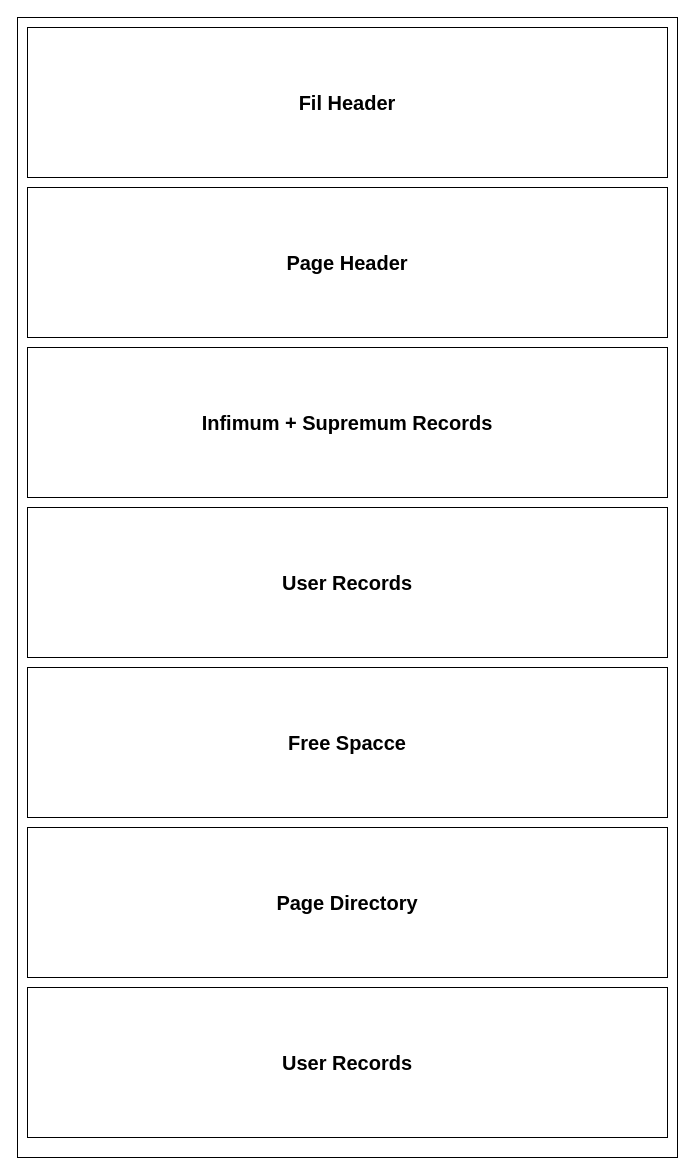
Earlier version of the draw.io diagram innodb-page-structure.drawio (catface996/images). Source tidied: cells renumbered, new cells numbered last; positions are measured from the earlier drawing's top-left corner, leaving out a move shared by most shapes. Both pictures are drawn from the tidied source at 100%, with x=0, y=0 at pixel (17, 17).
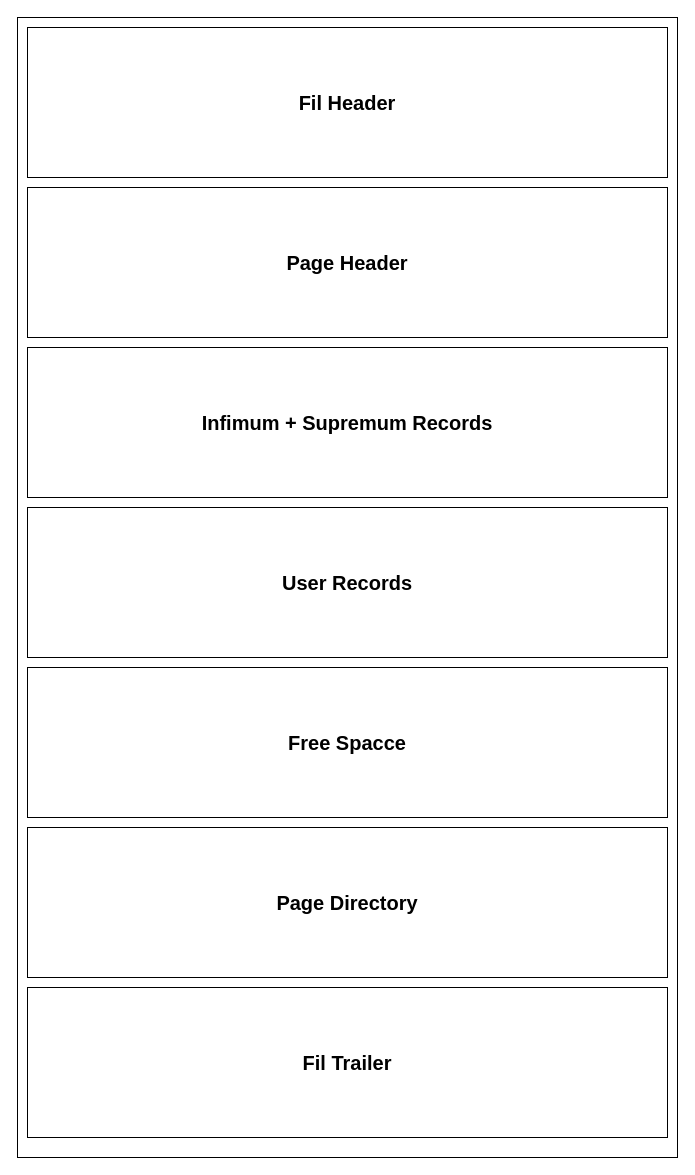
After the change.

Diff of the diagram source:
```diff
@@
 <mxGraphModel>
   <root>
     <mxCell id="0" />
     <mxCell id="1" parent="0" />
     <mxCell id="2" style="rounded=0;whiteSpace=wrap;html=1;" parent="1" vertex="1">
       <mxGeometry width="660" height="1140" as="geometry" />
     </mxCell>
     <mxCell id="3" value="Fil Header" style="rounded=0;whiteSpace=wrap;html=1;fontStyle=1;fontSize=20;" parent="1" vertex="1">
       <mxGeometry x="10" y="10" width="640" height="150" as="geometry" />
     </mxCell>
     <mxCell id="4" value="Page Header" style="rounded=0;whiteSpace=wrap;html=1;fontStyle=1;fontSize=20;" parent="1" vertex="1">
       <mxGeometry x="10" y="170" width="640" height="150" as="geometry" />
     </mxCell>
     <mxCell id="5" value="Infimum + Supremum Records" style="rounded=0;whiteSpace=wrap;html=1;fontStyle=1;fontSize=20;" parent="1" vertex="1">
       <mxGeometry x="10" y="330" width="640" height="150" as="geometry" />
     </mxCell>
     <mxCell id="6" value="User Records" style="rounded=0;whiteSpace=wrap;html=1;fontStyle=1;fontSize=20;" parent="1" vertex="1">
       <mxGeometry x="10" y="490" width="640" height="150" as="geometry" />
     </mxCell>
     <mxCell id="7" value="Free Spacce" style="rounded=0;whiteSpace=wrap;html=1;fontStyle=1;fontSize=20;" parent="1" vertex="1">
       <mxGeometry x="10" y="650" width="640" height="150" as="geometry" />
     </mxCell>
     <mxCell id="8" value="Page Directory" style="rounded=0;whiteSpace=wrap;html=1;fontStyle=1;fontSize=20;" parent="1" vertex="1">
       <mxGeometry x="10" y="810" width="640" height="150" as="geometry" />
     </mxCell>
-    <mxCell id="9" value="User Records" style="rounded=0;whiteSpace=wrap;html=1;fontStyle=1;fontSize=20;" parent="1" vertex="1">
+    <mxCell id="9" value="Fil Trailer" style="rounded=0;whiteSpace=wrap;html=1;fontStyle=1;fontSize=20;" parent="1" vertex="1">
       <mxGeometry x="10" y="970" width="640" height="150" as="geometry" />
     </mxCell>
   </root>
 </mxGraphModel>
```
